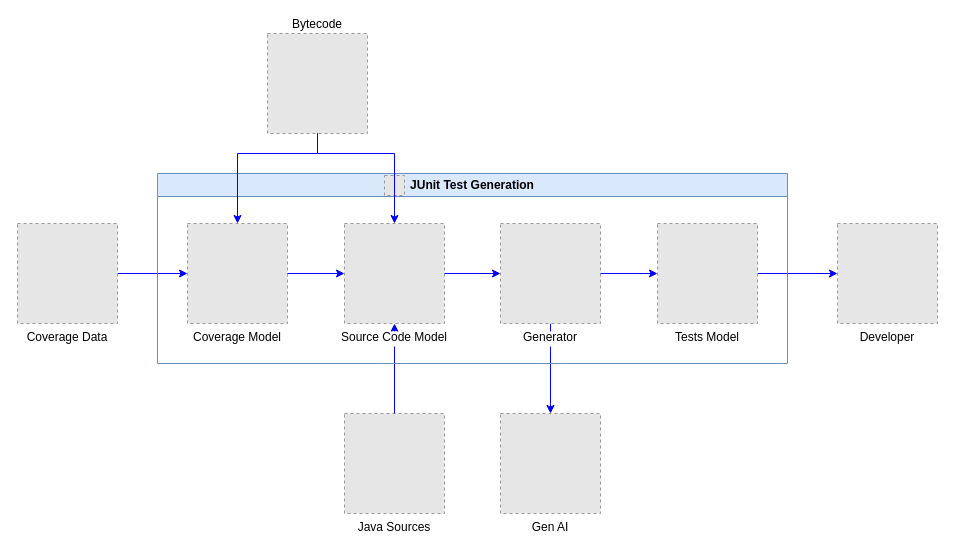
Earlier version of the draw.io diagram model/practices/junit/test-generation.drawio (Nasdanika/nasdanika.github.io). Source tidied: cells renumbered, new cells numbered last; positions are measured from the earlier drawing's top-left corner, leaving out a move shared by most shapes. Both pictures are drawn from the tidied source at 100%, with x=0, y=0 at pixel (17, 33). Pictures stored in the file or linked from it are replaced by grey dashed boxes.
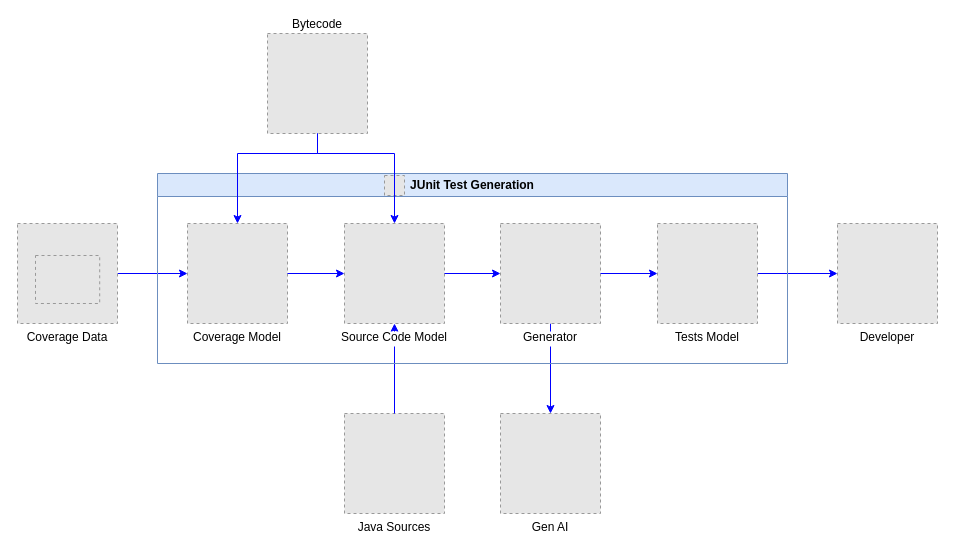
The same diagram, later.

What changed in the source:
```diff
@@
+    <mxCell id="22" style="fillColor=#E6E6E6;strokeColor=#999999;dashed=1;verticalLabelPosition=bottom;labelBackgroundColor=default;verticalAlign=top;" parent="1" vertex="1">
+      <mxGeometry x="18" y="222" width="64.2" height="48" as="geometry" />
+    </mxCell>
```
